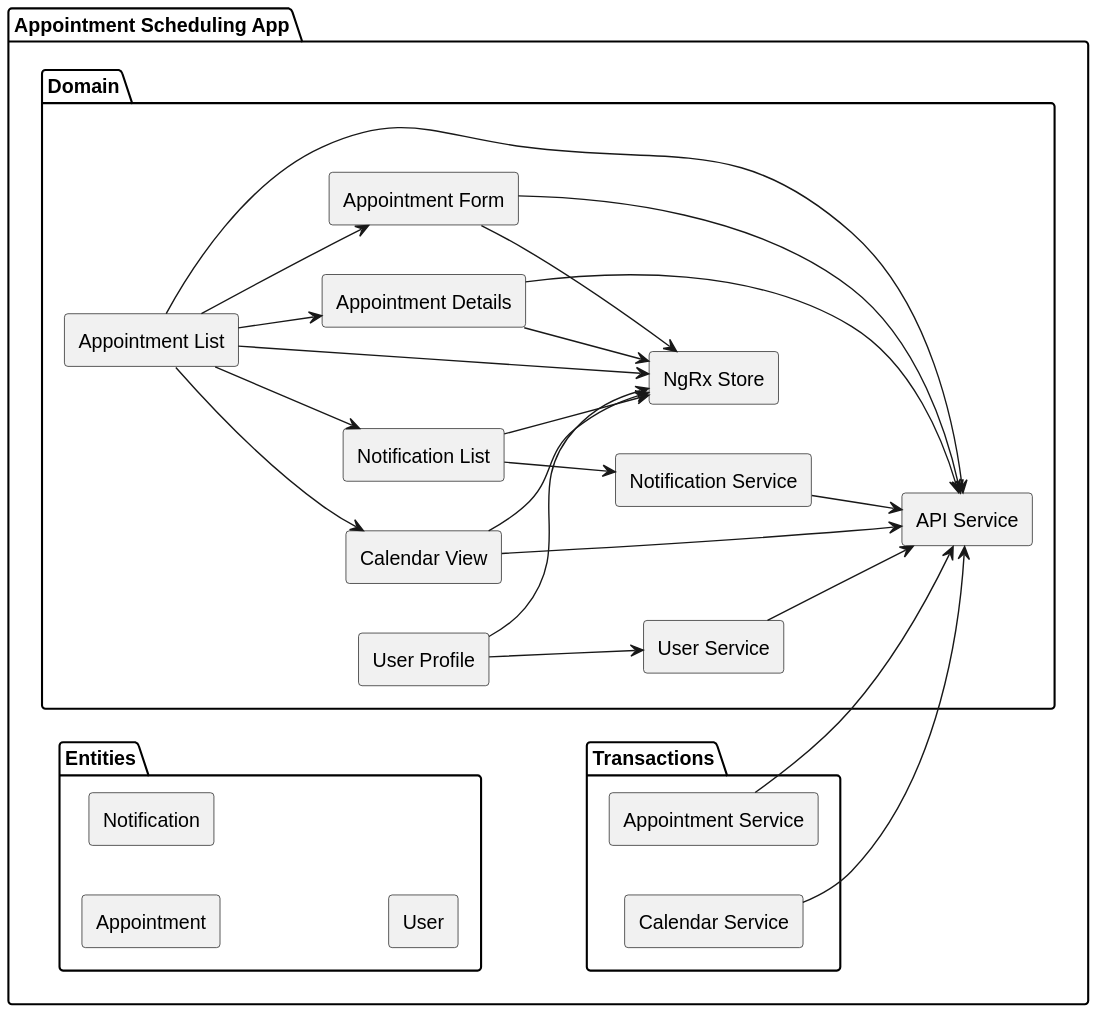
Earlier version of the PlantUML export docs/rendered/layers/client/APPOINTMENT_SCHEDULING.svg (tylermaginnis/BECS_SoftwareArchitecture).
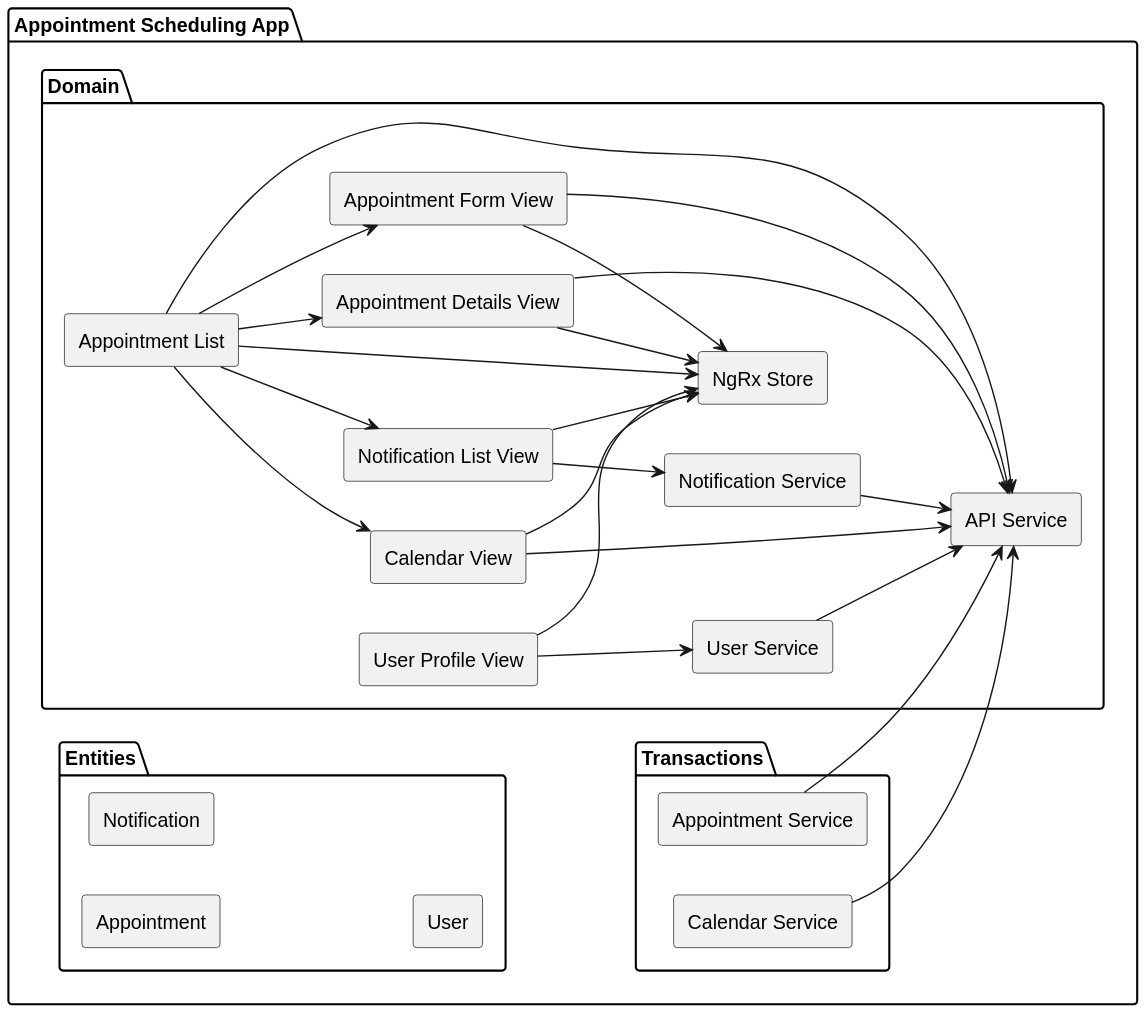
Later version of the same file.

Diff of the diagram source:
```diff
@@ -4,27 +4,27 @@
 
 package "Appointment Scheduling App" {
     package "Domain" {
-        [Appointment List] -down-> [Appointment Details]
-        [Appointment List] -down-> [Appointment Form]
+        [Appointment List] -down-> [Appointment Details View]
+        [Appointment List] -down-> [Appointment Form View]
         [Appointment List] -down-> [Calendar View]
-        [Appointment List] -down-> [Notification List]
+        [Appointment List] -down-> [Notification List View]
         [Appointment List] -down-> [API Service]
         [Appointment List] -down-> [NgRx Store]
 
-        [Appointment Details] -down-> [API Service]
-        [Appointment Details] -down-> [NgRx Store]
+        [Appointment Details View] -down-> [API Service]
+        [Appointment Details View] -down-> [NgRx Store]
 
-        [Appointment Form] -down-> [API Service]
-        [Appointment Form] -down-> [NgRx Store]
+        [Appointment Form View] -down-> [API Service]
+        [Appointment Form View] -down-> [NgRx Store]
 
         [Calendar View] -down-> [API Service]
         [Calendar View] -down-> [NgRx Store]
 
-        [Notification List] -down-> [Notification Service]
-        [Notification List] -down-> [NgRx Store]
+        [Notification List View] -down-> [Notification Service]
+        [Notification List View] -down-> [NgRx Store]
 
-        [User Profile] -down-> [User Service]
-        [User Profile] -down-> [NgRx Store]
+        [User Profile View] -down-> [User Service]
+        [User Profile View] -down-> [NgRx Store]
     }
 
     package "Transactions" {
```
